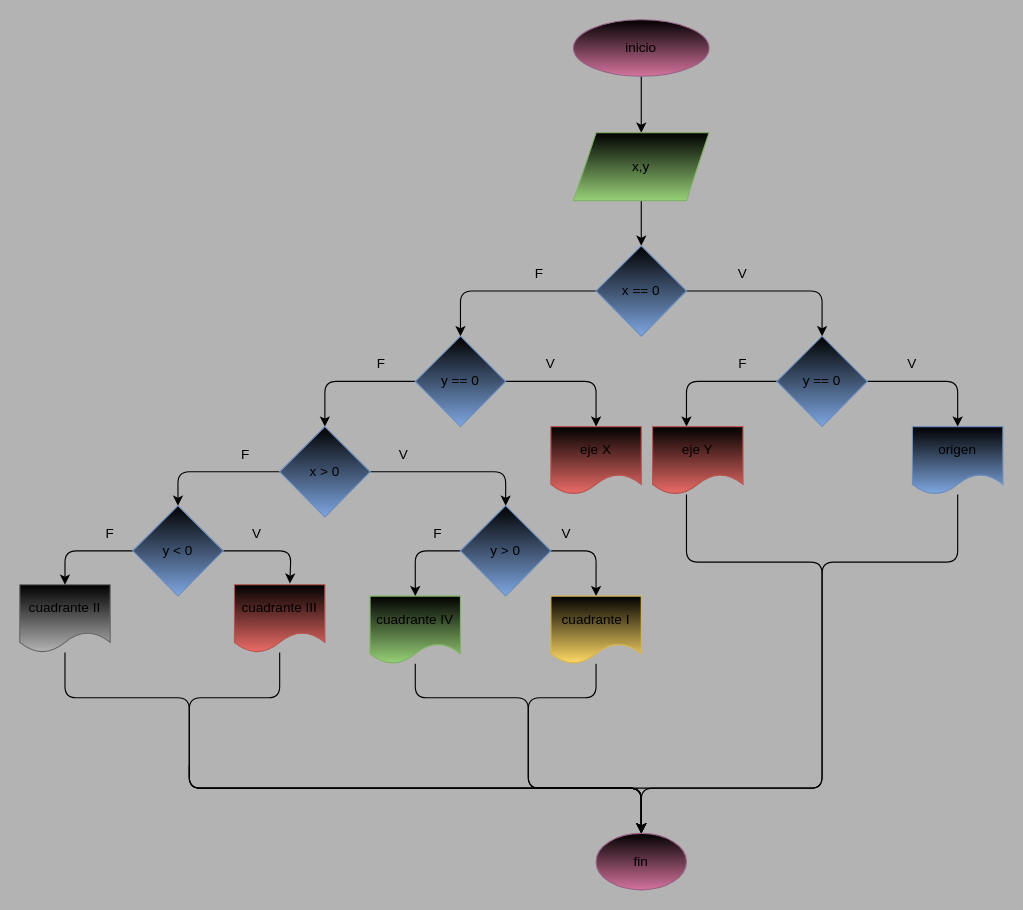
This is diagrama.drawio from GeorginaCarvajal/taller_condicionales, a draw.io file, before an edit. Source tidied: cells renumbered, new cells numbered last; positions are measured from the earlier drawing's top-left corner, leaving out a move shared by most shapes. Both pictures are drawn from the tidied source at 113%, with x=0, y=0 at pixel (19, 19).
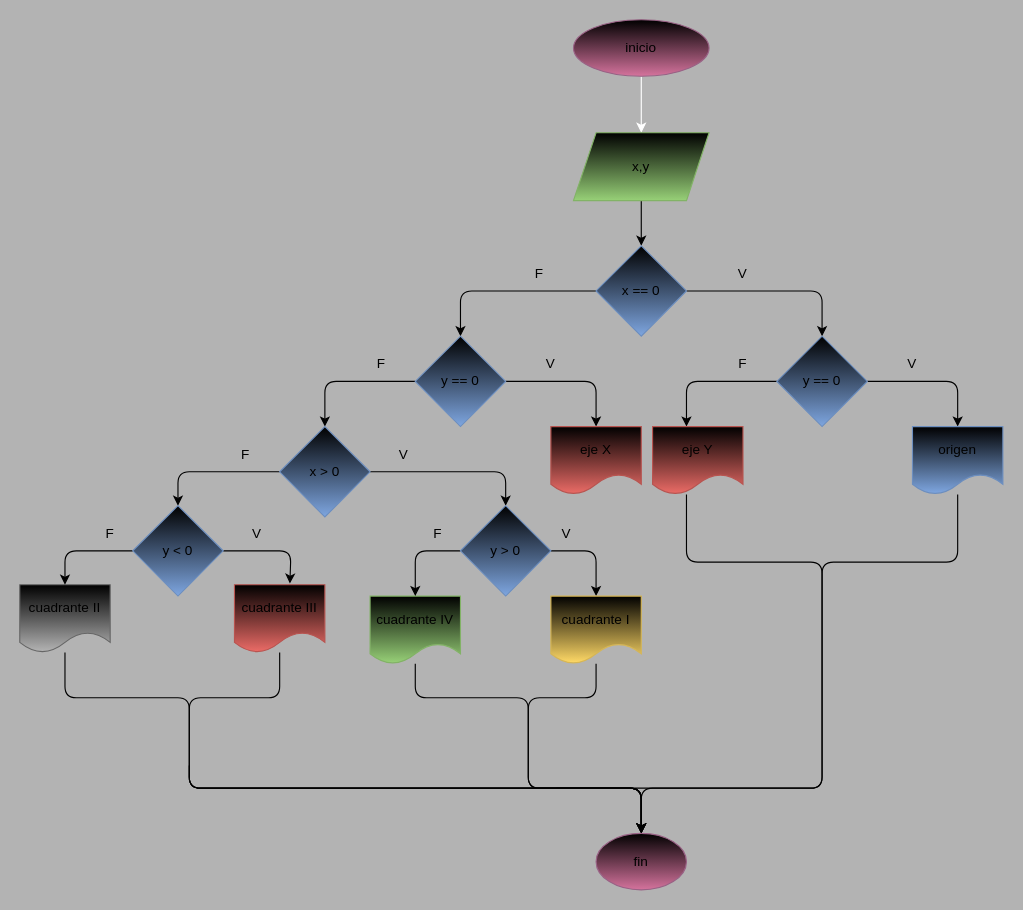
Above is the later version.

Commit message:
se modifico el diagrama de flujo

Unchanged cells that the change refers to:
```xml
<mxCell id="3" value="inicio" style="ellipse;whiteSpace=wrap;html=1;fillColor=#000000;gradientColor=#d5739d;strokeColor=#996185;" parent="1" vertex="1">
  <mxGeometry x="490" width="120" height="50" as="geometry" />
</mxCell>
<mxCell id="5" value="x,y" style="shape=parallelogram;perimeter=parallelogramPerimeter;whiteSpace=wrap;html=1;fixedSize=1;fillColor=#000000;gradientColor=#97d077;strokeColor=#82b366;" parent="1" vertex="1">
  <mxGeometry x="490" y="100" width="120" height="60" as="geometry" />
</mxCell>
```

Diff of the diagram source:
```diff
@@
-    <mxCell id="2" style="edgeStyle=none;html=1;entryX=0.5;entryY=0;entryDx=0;entryDy=0;" parent="1" edge="1" source="3" target="5">
+    <mxCell id="2" style="edgeStyle=none;html=1;entryX=0.5;entryY=0;entryDx=0;entryDy=0;strokeColor=#FFFFFF;" parent="1" edge="1" source="3" target="5">
       <mxGeometry relative="1" as="geometry" />
     </mxCell>
```
